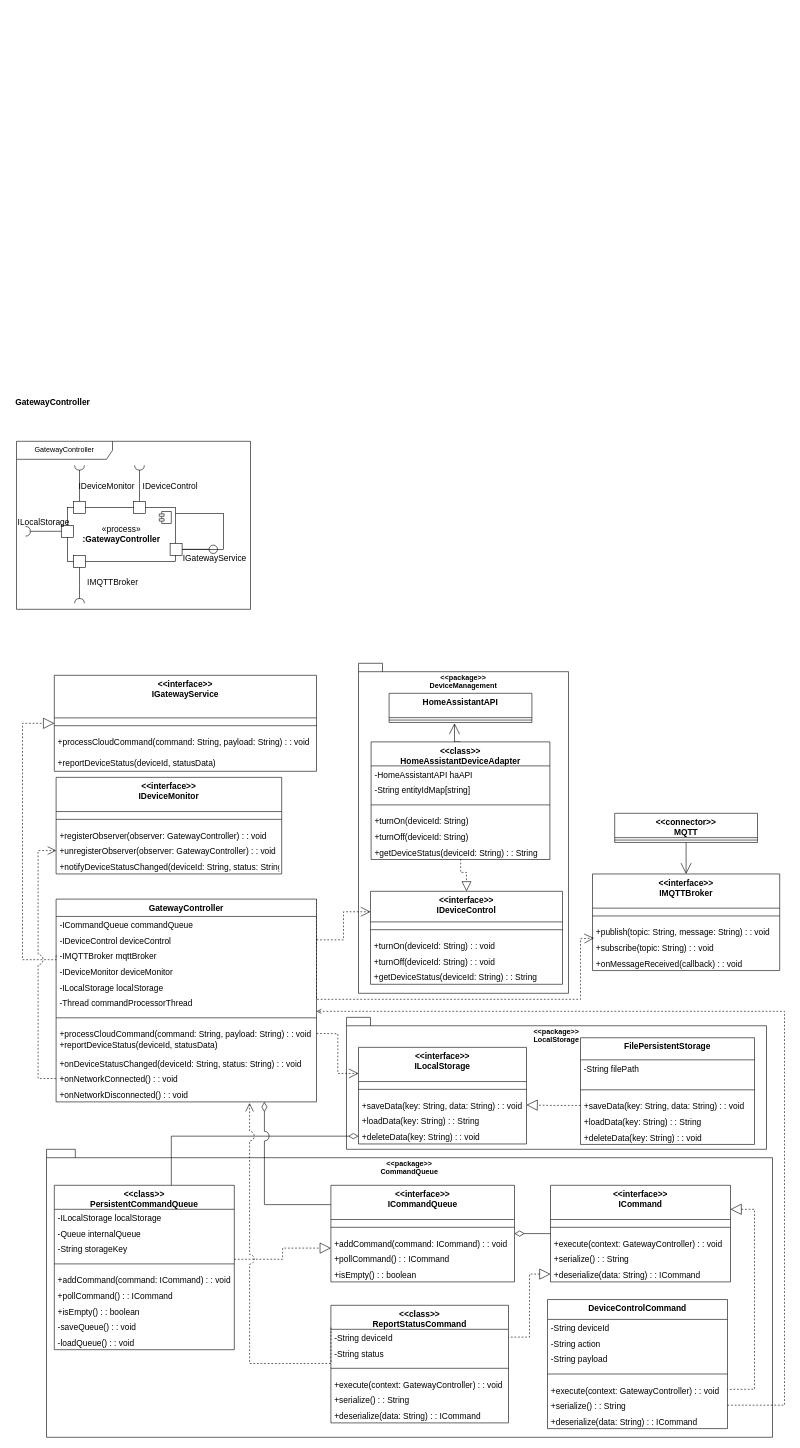
Earlier version of the draw.io diagram page "GatewayController" (1 of 5) of DetailedComponentDesign.drawio (GeniusHoon/AssociateArchitect). Source tidied: cells renumbered, new cells numbered last; positions are measured from the earlier drawing's top-left corner, leaving out a move shared by most shapes. Both pictures are drawn from the tidied source at 60%, with x=0, y=0 at pixel (10, 393).
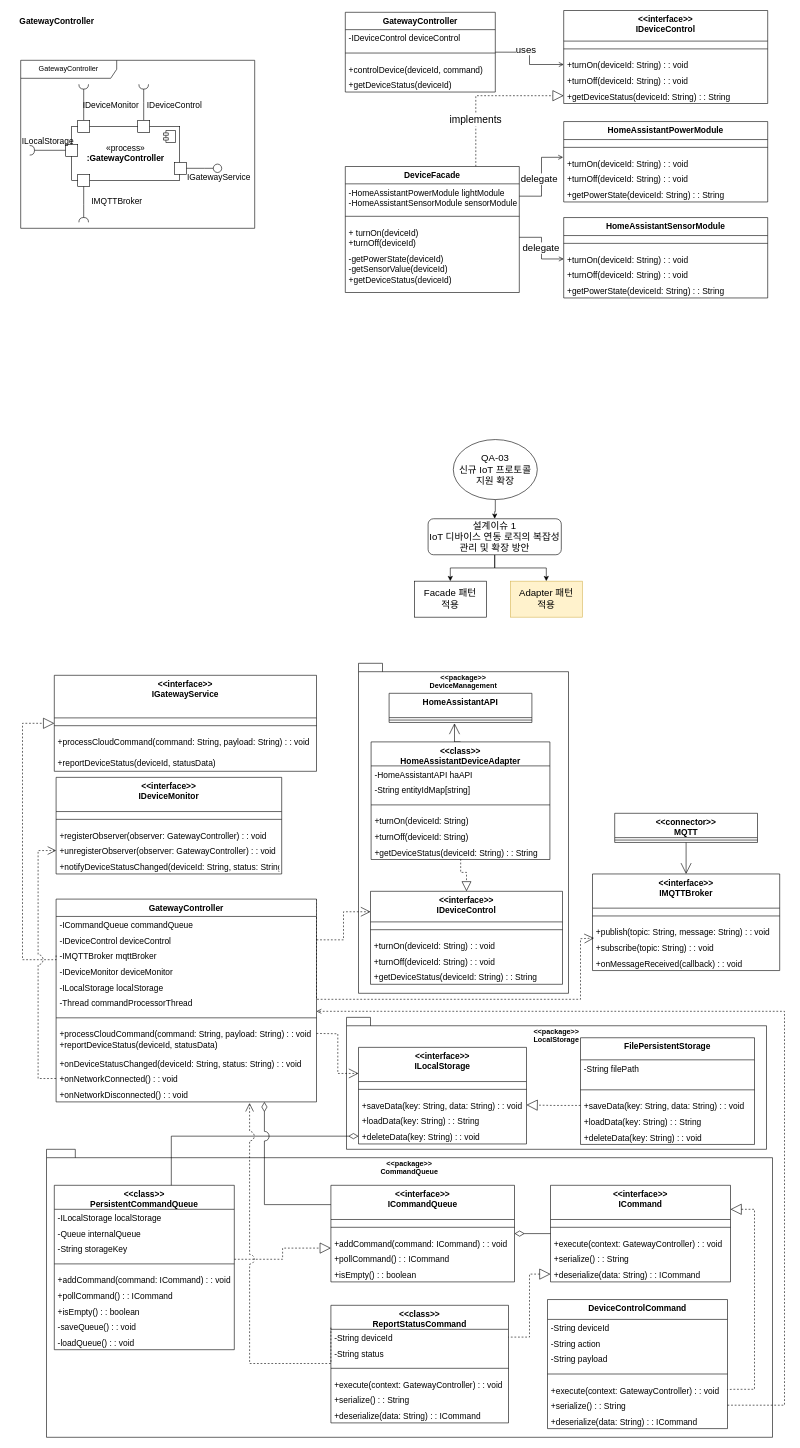
The same page after the edit.

What changed in the source:
```diff
@@
     <mxCell id="5" value="GatewayController" style="text;html=1;align=center;verticalAlign=middle;strokeColor=none;fillColor=none;fontStyle=1;fontSize=14;" parent="1" vertex="1">
-      <mxGeometry width="140" height="30" as="geometry" />
+      <mxGeometry x="7" y="-635" width="140" height="30" as="geometry" />
     </mxCell>
@@
     <mxCell id="107" value="GatewayController" style="shape=umlFrame;whiteSpace=wrap;html=1;width=160;" parent="1" vertex="1">
-      <mxGeometry x="10" y="80" width="390" height="280" as="geometry" />
+      <mxGeometry x="17" y="-555" width="390" height="280" as="geometry" />
     </mxCell>
-    <mxCell id="108" style="rounded=0;whiteSpace=wrap;html=1;fontSize=14;" parent="107" vertex="1">
-      <mxGeometry x="225" y="120" width="120" height="60" as="geometry" />
-    </mxCell>
@@
+    <mxCell id="134" style="edgeStyle=orthogonalEdgeStyle;rounded=0;jettySize=auto;html=1;exitX=1;exitY=0.5;exitDx=0;exitDy=0;entryX=0;entryY=0.5;entryDx=0;entryDy=0;endArrow=open;endFill=0;" parent="1" edge="1" source="136" target="143">
+      <mxGeometry relative="1" as="geometry" />
+    </mxCell>
+    <mxCell id="135" value="&lt;font style=&quot;font-size: 16px;&quot;&gt;uses&lt;/font&gt;" style="edgeLabel;html=1;align=center;verticalAlign=middle;" parent="134" vertex="1">
+      <mxGeometry x="-0.49" y="5" relative="1" as="geometry">
+        <mxPoint x="16" as="offset" />
+      </mxGeometry>
+    </mxCell>
+    <mxCell id="136" value="GatewayController" style="swimlane;fontStyle=1;align=center;verticalAlign=top;horizontal=1;startSize=28.91455078125;fontSize=14;" parent="1" vertex="1">
+      <mxGeometry x="558" y="-635" width="250" height="132.9" as="geometry" />
+    </mxCell>
+    <mxCell id="137" value="-IDeviceControl deviceControl" style="text;strokeColor=none;fillColor=none;align=left;verticalAlign=top;spacingLeft=4;spacingRight=4;overflow=hidden;fontSize=14;" parent="136" vertex="1">
+      <mxGeometry y="28.9" width="250" height="26" as="geometry" />
+    </mxCell>
+    <mxCell id="138" style="line;strokeWidth=1;fillColor=none;align=left;verticalAlign=middle;spacingTop=-1;spacingLeft=3;spacingRight=3;labelPosition=right;strokeColor=inherit;fontSize=14;" parent="136" vertex="1">
+      <mxGeometry y="54.9" width="250" height="26" as="geometry" />
+    </mxCell>
+    <mxCell id="139" value="+controlDevice(deviceId, command)" style="text;strokeColor=none;fillColor=none;align=left;verticalAlign=top;spacingLeft=4;spacingRight=4;overflow=hidden;fontSize=14;" parent="136" vertex="1">
+      <mxGeometry y="80.9" width="250" height="26" as="geometry" />
+    </mxCell>
+    <mxCell id="140" value="+getDeviceStatus(deviceId)" style="text;strokeColor=none;fillColor=none;align=left;verticalAlign=top;spacingLeft=4;spacingRight=4;overflow=hidden;fontSize=14;" parent="136" vertex="1">
+      <mxGeometry y="106.9" width="250" height="26" as="geometry" />
+    </mxCell>
+    <mxCell id="141" value="&lt;&lt;interface&gt;&gt;&#10;IDeviceControl" style="swimlane;fontStyle=1;align=center;verticalAlign=top;horizontal=1;startSize=50.98721858433315;fontSize=14;" parent="1" vertex="1">
+      <mxGeometry x="922" y="-638" width="340" height="155" as="geometry" />
+    </mxCell>
+    <mxCell id="142" style="line;strokeWidth=1;fillColor=none;align=left;verticalAlign=middle;spacingTop=-1;spacingLeft=3;spacingRight=3;labelPosition=right;strokeColor=inherit;fontSize=14;" parent="141" vertex="1">
+      <mxGeometry y="51" width="340" height="26" as="geometry" />
+    </mxCell>
+    <mxCell id="143" value="+turnOn(deviceId: String) : : void" style="text;strokeColor=none;fillColor=none;align=left;verticalAlign=top;spacingLeft=4;spacingRight=4;overflow=hidden;points=[[0,0.5],[1,0.5]];portConstraint=eastwest;fontSize=14;" parent="141" vertex="1">
+      <mxGeometry y="77" width="340" height="26" as="geometry" />
+    </mxCell>
+    <mxCell id="144" value="+turnOff(deviceId: String) : : void" style="text;strokeColor=none;fillColor=none;align=left;verticalAlign=top;spacingLeft=4;spacingRight=4;overflow=hidden;fontSize=14;" parent="141" vertex="1">
+      <mxGeometry y="103" width="340" height="26" as="geometry" />
+    </mxCell>
+    <mxCell id="145" value="+getDeviceStatus(deviceId: String) : : String" style="text;strokeColor=none;fillColor=none;align=left;verticalAlign=top;spacingLeft=4;spacingRight=4;overflow=hidden;points=[[0,0.5],[1,0.5]];portConstraint=eastwest;fontSize=14;" parent="141" vertex="1">
+      <mxGeometry y="129" width="340" height="26" as="geometry" />
+    </mxCell>
+    <mxCell id="146" style="edgeStyle=orthogonalEdgeStyle;rounded=0;jettySize=auto;html=1;exitX=0.75;exitY=0;exitDx=0;exitDy=0;endArrow=block;endFill=0;jumpSize=7;endSize=16;dashed=1;" parent="1" edge="1" source="148" target="145">
+      <mxGeometry relative="1" as="geometry" />
+    </mxCell>
+    <mxCell id="147" value="&lt;font style=&quot;font-size: 17px;&quot;&gt;implements&lt;/font&gt;" style="edgeLabel;html=1;align=center;verticalAlign=middle;" parent="146" vertex="1">
+      <mxGeometry x="-0.4" y="1" relative="1" as="geometry">
+        <mxPoint y="1" as="offset" />
+      </mxGeometry>
+    </mxCell>
+    <mxCell id="148" value="DeviceFacade" style="swimlane;fontStyle=1;align=center;verticalAlign=top;horizontal=1;startSize=28.91455078125;fontSize=14;" parent="1" vertex="1">
+      <mxGeometry x="558" y="-378" width="290" height="210" as="geometry" />
+    </mxCell>
+    <mxCell id="149" value="-HomeAssistantPowerModule lightModule&#10;-HomeAssistantSensorModule sensorModule" style="text;strokeColor=none;fillColor=none;align=left;verticalAlign=top;spacingLeft=4;spacingRight=4;overflow=hidden;points=[[0,0.5],[1,0.5]];portConstraint=eastwest;fontSize=14;" parent="148" vertex="1">
+      <mxGeometry y="28.9" width="290" height="41.1" as="geometry" />
+    </mxCell>
+    <mxCell id="150" style="line;strokeWidth=1;fillColor=none;align=left;verticalAlign=middle;spacingTop=-1;spacingLeft=3;spacingRight=3;labelPosition=right;strokeColor=inherit;fontSize=14;" parent="148" vertex="1">
+      <mxGeometry y="70" width="290" height="26" as="geometry" />
+    </mxCell>
+    <mxCell id="151" value="+ turnOn(deviceId)&#10;+turnOff(deviceId)" style="text;strokeColor=none;fillColor=none;align=left;verticalAlign=top;spacingLeft=4;spacingRight=4;overflow=hidden;points=[[0,0.5],[1,0.5]];portConstraint=eastwest;fontSize=14;" parent="148" vertex="1">
+      <mxGeometry y="96" width="290" height="44" as="geometry" />
+    </mxCell>
+    <mxCell id="152" value="-getPowerState(deviceId)&#10;-getSensorValue(deviceId)&#10;+getDeviceStatus(deviceId)" style="text;strokeColor=none;fillColor=none;align=left;verticalAlign=top;spacingLeft=4;spacingRight=4;overflow=hidden;fontSize=14;" parent="148" vertex="1">
+      <mxGeometry y="140" width="290" height="70" as="geometry" />
+    </mxCell>
+    <mxCell id="153" value="HomeAssistantPowerModule" style="swimlane;fontStyle=1;align=center;verticalAlign=top;horizontal=1;startSize=30;fontSize=14;" parent="1" vertex="1">
+      <mxGeometry x="922" y="-452.9" width="340" height="134" as="geometry" />
+    </mxCell>
+    <mxCell id="154" style="line;strokeWidth=1;fillColor=none;align=left;verticalAlign=middle;spacingTop=-1;spacingLeft=3;spacingRight=3;labelPosition=right;strokeColor=inherit;fontSize=14;" parent="153" vertex="1">
+      <mxGeometry y="30" width="340" height="26" as="geometry" />
+    </mxCell>
+    <mxCell id="155" value="+turnOn(deviceId: String) : : void" style="text;strokeColor=none;fillColor=none;align=left;verticalAlign=top;spacingLeft=4;spacingRight=4;overflow=hidden;points=[[0,0.5],[1,0.5]];portConstraint=eastwest;fontSize=14;" parent="153" vertex="1">
+      <mxGeometry y="56" width="340" height="26" as="geometry" />
+    </mxCell>
+    <mxCell id="156" value="+turnOff(deviceId: String) : : void" style="text;strokeColor=none;fillColor=none;align=left;verticalAlign=top;spacingLeft=4;spacingRight=4;overflow=hidden;fontSize=14;" parent="153" vertex="1">
+      <mxGeometry y="82" width="340" height="26" as="geometry" />
+    </mxCell>
+    <mxCell id="157" value="+getPowerState(deviceId: String) : : String" style="text;strokeColor=none;fillColor=none;align=left;verticalAlign=top;spacingLeft=4;spacingRight=4;overflow=hidden;fontSize=14;" parent="153" vertex="1">
+      <mxGeometry y="108" width="340" height="26" as="geometry" />
+    </mxCell>
+    <mxCell id="158" value="HomeAssistantSensorModule" style="swimlane;fontStyle=1;align=center;verticalAlign=top;horizontal=1;startSize=30;fontSize=14;" parent="1" vertex="1">
+      <mxGeometry x="922" y="-292.9" width="340" height="134" as="geometry" />
+    </mxCell>
+    <mxCell id="159" style="line;strokeWidth=1;fillColor=none;align=left;verticalAlign=middle;spacingTop=-1;spacingLeft=3;spacingRight=3;labelPosition=right;strokeColor=inherit;fontSize=14;" parent="158" vertex="1">
+      <mxGeometry y="30" width="340" height="26" as="geometry" />
+    </mxCell>
+    <mxCell id="160" value="+turnOn(deviceId: String) : : void" style="text;strokeColor=none;fillColor=none;align=left;verticalAlign=top;spacingLeft=4;spacingRight=4;overflow=hidden;points=[[0,0.5],[1,0.5]];portConstraint=eastwest;fontSize=14;" parent="158" vertex="1">
+      <mxGeometry y="56" width="340" height="26" as="geometry" />
+    </mxCell>
+    <mxCell id="161" value="+turnOff(deviceId: String) : : void" style="text;strokeColor=none;fillColor=none;align=left;verticalAlign=top;spacingLeft=4;spacingRight=4;overflow=hidden;fontSize=14;" parent="158" vertex="1">
+      <mxGeometry y="82" width="340" height="26" as="geometry" />
+    </mxCell>
+    <mxCell id="162" value="+getPowerState(deviceId: String) : : String" style="text;strokeColor=none;fillColor=none;align=left;verticalAlign=top;spacingLeft=4;spacingRight=4;overflow=hidden;fontSize=14;" parent="158" vertex="1">
+      <mxGeometry y="108" width="340" height="26" as="geometry" />
+    </mxCell>
+    <mxCell id="163" style="edgeStyle=orthogonalEdgeStyle;rounded=0;jettySize=auto;html=1;exitX=1;exitY=0.5;exitDx=0;exitDy=0;entryX=0;entryY=0.5;entryDx=0;entryDy=0;endArrow=open;endFill=0;fontSize=16;" parent="1" edge="1" source="151" target="160">
+      <mxGeometry relative="1" as="geometry" />
+    </mxCell>
+    <mxCell id="164" value="delegate" style="edgeLabel;html=1;align=center;verticalAlign=middle;fontSize=16;" parent="163" vertex="1">
+      <mxGeometry x="-0.02" y="-2" relative="1" as="geometry" />
+    </mxCell>
+    <mxCell id="165" style="edgeStyle=orthogonalEdgeStyle;rounded=0;jettySize=auto;html=1;exitX=1;exitY=0.5;exitDx=0;exitDy=0;entryX=-0.003;entryY=0.137;entryDx=0;entryDy=0;entryPerimeter=0;endArrow=open;endFill=0;fontSize=16;" parent="1" edge="1" source="149" target="155">
+      <mxGeometry relative="1" as="geometry" />
+    </mxCell>
+    <mxCell id="166" value="delegate" style="edgeLabel;html=1;align=center;verticalAlign=middle;fontSize=16;" parent="165" vertex="1">
+      <mxGeometry x="0.35" y="5" relative="1" as="geometry">
+        <mxPoint y="27" as="offset" />
+      </mxGeometry>
+    </mxCell>
+    <mxCell id="167" style="edgeStyle=orthogonalEdgeStyle;rounded=0;jettySize=auto;html=1;exitX=0.5;exitY=1;exitDx=0;exitDy=0;fontSize=16;" parent="1" edge="1" source="168" target="171">
+      <mxGeometry relative="1" as="geometry" />
+    </mxCell>
+    <mxCell id="168" value="QA-03&lt;div&gt;신규 IoT 프로토콜&lt;/div&gt;&lt;div&gt;지원 확장&lt;/div&gt;" style="ellipse;whiteSpace=wrap;html=1;align=center;verticalAlign=middle;fontSize=16;" parent="1" vertex="1">
+      <mxGeometry x="738" y="77.1" width="140" height="100" as="geometry" />
+    </mxCell>
+    <mxCell id="169" style="edgeStyle=orthogonalEdgeStyle;rounded=0;jettySize=auto;html=1;exitX=0.5;exitY=1;exitDx=0;exitDy=0;entryX=0.5;entryY=0;entryDx=0;entryDy=0;fontSize=16;" parent="1" edge="1" source="171" target="172">
+      <mxGeometry relative="1" as="geometry" />
+    </mxCell>
+    <mxCell id="170" style="edgeStyle=orthogonalEdgeStyle;rounded=0;jettySize=auto;html=1;exitX=0.5;exitY=1;exitDx=0;exitDy=0;entryX=0.5;entryY=0;entryDx=0;entryDy=0;fontSize=16;" parent="1" edge="1" source="171" target="173">
+      <mxGeometry relative="1" as="geometry" />
+    </mxCell>
+    <mxCell id="171" value="설계이슈 1&lt;div&gt;IoT 디바이스 연동 로직의 복잡성&lt;/div&gt;&lt;div&gt;관리 및 확장 방안&lt;/div&gt;" style="rounded=1;whiteSpace=wrap;html=1;fontSize=16;" parent="1" vertex="1">
+      <mxGeometry x="696" y="209.1" width="222" height="60" as="geometry" />
+    </mxCell>
+    <mxCell id="172" value="Facade 패턴&lt;div&gt;적용&lt;/div&gt;" style="rounded=0;whiteSpace=wrap;html=1;fontSize=16;" parent="1" vertex="1">
+      <mxGeometry x="673" y="313.1" width="120" height="60" as="geometry" />
+    </mxCell>
+    <mxCell id="173" value="Adapter 패턴&lt;div&gt;적용&lt;/div&gt;" style="rounded=0;whiteSpace=wrap;html=1;fillColor=#fff2cc;strokeColor=#d6b656;fontSize=16;" parent="1" vertex="1">
+      <mxGeometry x="833" y="313.1" width="120" height="60" as="geometry" />
+    </mxCell>
```
